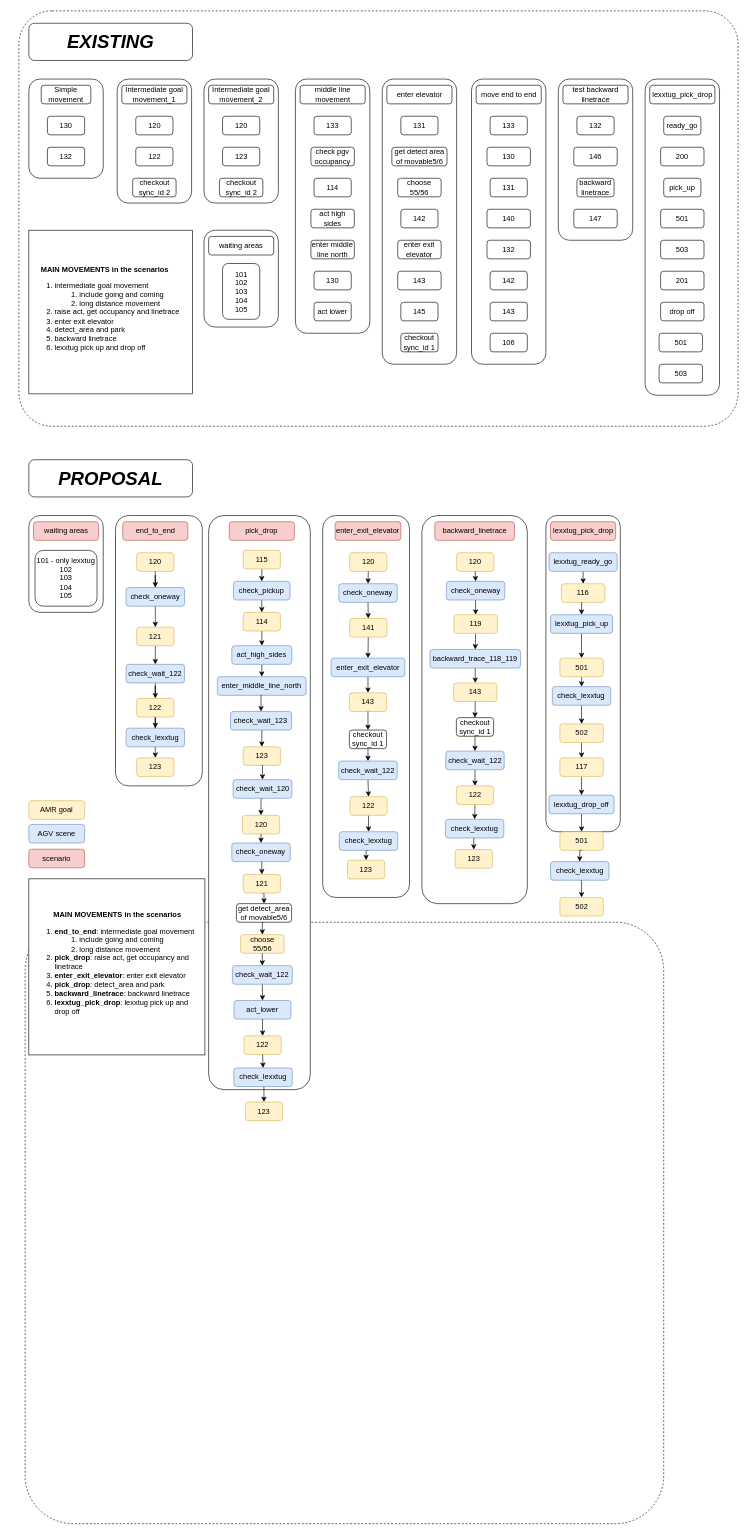
Above: 24hrtest.drawio in sdswoops824/myrepo (draw.io), before the change. Source tidied: cells renumbered, new cells numbered last; positions are measured from the earlier drawing's top-left corner, leaving out a move shared by most shapes. Both pictures are drawn from the tidied source at 62%, with x=0, y=0 at pixel (19, 11).
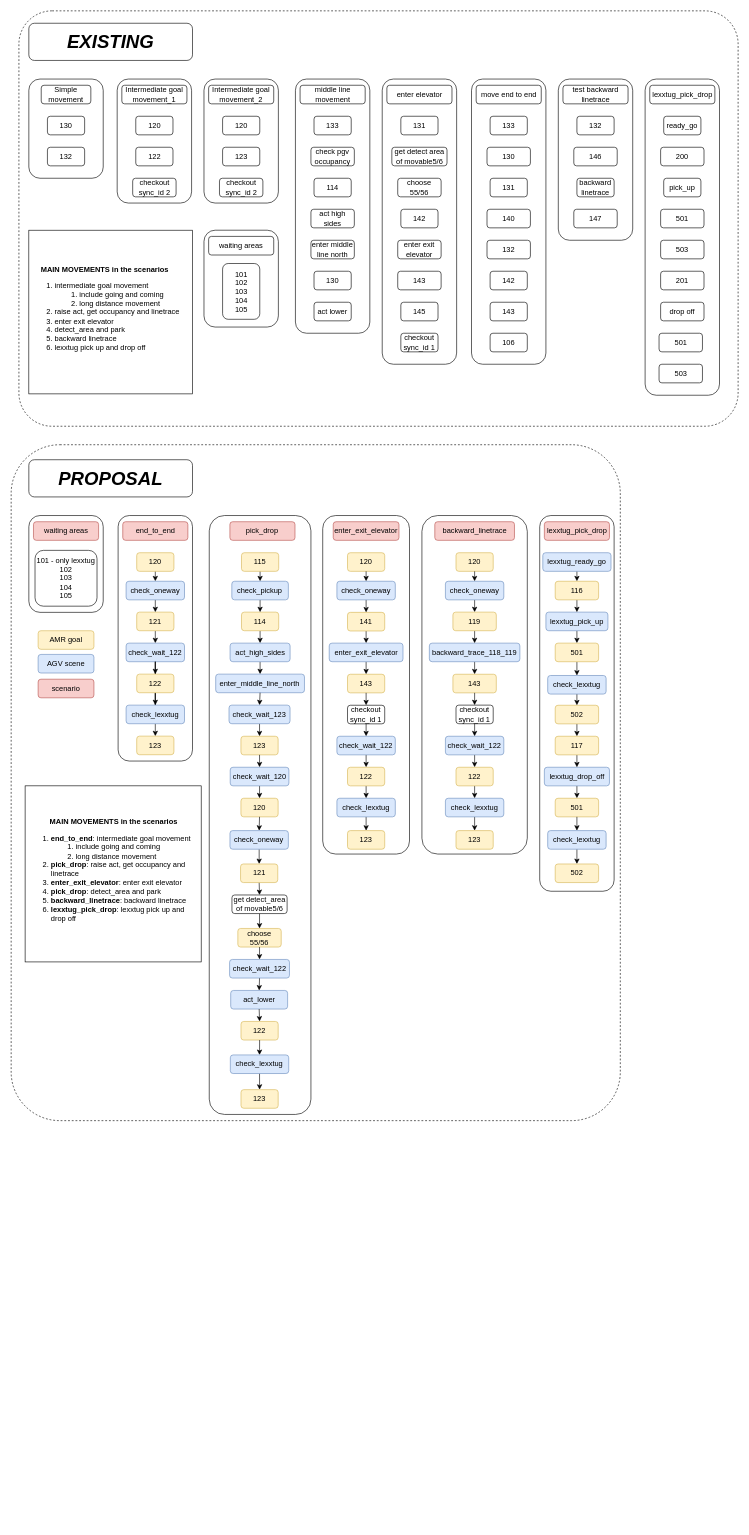
After the change.

The change refers to these unchanged cells:
```xml
<mxCell id="65" value="120" style="rounded=1;whiteSpace=wrap;html=1;fillColor=#fff2cc;strokeColor=#d6b656;" parent="1" vertex="1">
  <mxGeometry x="190" y="874" width="60" height="30" as="geometry" />
</mxCell>
```

What changed in the source:
```diff
@@
     <mxCell id="2" style="rounded=1;whiteSpace=wrap;html=1;arcSize=8;fillColor=none;dashed=1;" parent="1" vertex="1">
-      <mxGeometry x="10" y="1470" width="1030" height="970" as="geometry" />
+      <mxGeometry x="-12.5" y="699.8" width="982.5" height="1090.2" as="geometry" />
     </mxCell>
@@
     <mxCell id="63" style="rounded=1;whiteSpace=wrap;html=1;" parent="1" vertex="1">
-      <mxGeometry x="155.8" y="814" width="140" height="436" as="geometry" />
+      <mxGeometry x="160" y="814" width="120" height="396" as="geometry" />
     </mxCell>
@@
+    <mxCell id="157" style="edgeStyle=orthogonalEdgeStyle;rounded=0;jettySize=auto;html=1;exitX=0.5;exitY=1;exitDx=0;exitDy=0;entryX=0.5;entryY=0;entryDx=0;entryDy=0;" parent="1" edge="1" source="65" target="159">
+      <mxGeometry relative="1" as="geometry" />
+    </mxCell>
@@
     <mxCell id="67" value="123" style="rounded=1;whiteSpace=wrap;html=1;fillColor=#fff2cc;strokeColor=#d6b656;" parent="1" vertex="1">
-      <mxGeometry x="190" y="1204.8" width="60" height="30" as="geometry" />
+      <mxGeometry x="190" y="1169.8" width="60" height="30" as="geometry" />
     </mxCell>
     <mxCell id="68" style="rounded=1;whiteSpace=wrap;html=1;" parent="1" vertex="1">
-      <mxGeometry x="306" y="814" width="164" height="926" as="geometry" />
+      <mxGeometry x="307" y="814" width="164" height="966" as="geometry" />
     </mxCell>
@@
     <mxCell id="70" value="115" style="rounded=1;whiteSpace=wrap;html=1;fillColor=#fff2cc;strokeColor=#d6b656;" parent="1" vertex="1">
-      <mxGeometry x="361.8" y="870" width="60" height="30" as="geometry" />
+      <mxGeometry x="359" y="874" width="60" height="30" as="geometry" />
     </mxCell>
     <mxCell id="71" value="pick_drop" style="rounded=1;whiteSpace=wrap;html=1;fillColor=#f8cecc;strokeColor=#b85450;" parent="1" vertex="1">
-      <mxGeometry x="339.3" y="824" width="105" height="30" as="geometry" />
+      <mxGeometry x="340.3" y="824" width="105" height="30" as="geometry" />
     </mxCell>
@@
     <mxCell id="73" value="114" style="rounded=1;whiteSpace=wrap;html=1;fillColor=#fff2cc;strokeColor=#d6b656;" parent="1" vertex="1">
-      <mxGeometry x="361.8" y="970.2" width="60" height="30" as="geometry" />
+      <mxGeometry x="359" y="969.8" width="60" height="30" as="geometry" />
     </mxCell>
@@
     <mxCell id="75" value="check_pickup" style="rounded=1;whiteSpace=wrap;html=1;fillColor=#dae8fc;strokeColor=#6c8ebf;" parent="1" vertex="1">
-      <mxGeometry x="346.1" y="920.2" width="91.2" height="30" as="geometry" />
+      <mxGeometry x="343.4" y="920" width="91.2" height="30" as="geometry" />
     </mxCell>
@@
     <mxCell id="77" value="act_high_sides" style="rounded=1;whiteSpace=wrap;html=1;fillColor=#dae8fc;strokeColor=#6c8ebf;" parent="1" vertex="1">
-      <mxGeometry x="343.4" y="1024" width="96.8" height="30" as="geometry" />
+      <mxGeometry x="340.6" y="1019.8" width="96.8" height="30" as="geometry" />
     </mxCell>
@@
     <mxCell id="79" value="120" style="rounded=1;whiteSpace=wrap;html=1;fillColor=#fff2cc;strokeColor=#d6b656;" parent="1" vertex="1">
-      <mxGeometry x="360.5" y="1297.5" width="60" height="30" as="geometry" />
+      <mxGeometry x="358.1" y="1270" width="60" height="30" as="geometry" />
     </mxCell>
@@
     <mxCell id="81" value="enter_middle_line_north" style="rounded=1;whiteSpace=wrap;html=1;fillColor=#dae8fc;strokeColor=#6c8ebf;" parent="1" vertex="1">
-      <mxGeometry x="320.1" y="1074" width="143.2" height="30" as="geometry" />
+      <mxGeometry x="317.4" y="1069.8" width="143.2" height="30" as="geometry" />
     </mxCell>
@@
     <mxCell id="83" value="act_lower" style="rounded=1;whiteSpace=wrap;html=1;fillColor=#dae8fc;strokeColor=#6c8ebf;" parent="1" vertex="1">
-      <mxGeometry x="347" y="1596.2" width="91.8" height="30" as="geometry" />
+      <mxGeometry x="341.6" y="1580" width="91.8" height="30" as="geometry" />
     </mxCell>
     <mxCell id="84" style="rounded=1;whiteSpace=wrap;html=1;" parent="1" vertex="1">
-      <mxGeometry x="490" y="814" width="140" height="616" as="geometry" />
+      <mxGeometry x="490" y="814" width="140" height="546" as="geometry" />
     </mxCell>
@@
     <mxCell id="86" value="120" style="rounded=1;whiteSpace=wrap;html=1;fillColor=#fff2cc;strokeColor=#d6b656;" parent="1" vertex="1">
-      <mxGeometry x="533.5" y="874" width="60" height="30" as="geometry" />
+      <mxGeometry x="530" y="874" width="60" height="30" as="geometry" />
     </mxCell>
     <mxCell id="87" value="enter_exit_elevator" style="rounded=1;whiteSpace=wrap;html=1;fillColor=#f8cecc;strokeColor=#b85450;" parent="1" vertex="1">
-      <mxGeometry x="510" y="824" width="106" height="30" as="geometry" />
+      <mxGeometry x="507" y="824" width="106" height="30" as="geometry" />
     </mxCell>
@@
     <mxCell id="89" value="141" style="rounded=1;whiteSpace=wrap;html=1;fillColor=#fff2cc;strokeColor=#d6b656;" parent="1" vertex="1">
-      <mxGeometry x="533.5" y="980" width="60" height="30" as="geometry" />
+      <mxGeometry x="530" y="970.2" width="60" height="30" as="geometry" />
     </mxCell>
@@
     <mxCell id="92" value="143" style="rounded=1;whiteSpace=wrap;html=1;fillColor=#fff2cc;strokeColor=#d6b656;" parent="1" vertex="1">
-      <mxGeometry x="533" y="1100" width="60" height="30" as="geometry" />
+      <mxGeometry x="530" y="1070" width="60" height="30" as="geometry" />
     </mxCell>
@@
     <mxCell id="94" value="choose 55/56" style="rounded=1;whiteSpace=wrap;html=1;fillColor=#fff2cc;strokeColor=#d6b656;" parent="1" vertex="1">
-      <mxGeometry x="357.6" y="1490" width="70" height="30" as="geometry" />
+      <mxGeometry x="353.1" y="1480" width="70" height="30" as="geometry" />
     </mxCell>
     <mxCell id="95" style="rounded=1;whiteSpace=wrap;html=1;" parent="1" vertex="1">
-      <mxGeometry x="650" y="814" width="170" height="626" as="geometry" />
+      <mxGeometry x="650" y="814" width="170" height="546" as="geometry" />
     </mxCell>
@@
     <mxCell id="97" value="120" style="rounded=1;whiteSpace=wrap;html=1;fillColor=#fff2cc;strokeColor=#d6b656;" parent="1" vertex="1">
-      <mxGeometry x="706" y="874" width="60" height="30" as="geometry" />
+      <mxGeometry x="705" y="874" width="60" height="30" as="geometry" />
     </mxCell>
@@
     <mxCell id="100" value="backward_trace_118_119" style="rounded=1;whiteSpace=wrap;html=1;fillColor=#dae8fc;strokeColor=#6c8ebf;" parent="1" vertex="1">
-      <mxGeometry x="663" y="1030" width="146" height="30" as="geometry" />
+      <mxGeometry x="662" y="1019.8" width="146" height="30" as="geometry" />
     </mxCell>
@@
     <mxCell id="102" value="119" style="rounded=1;whiteSpace=wrap;html=1;fillColor=#fff2cc;strokeColor=#d6b656;" parent="1" vertex="1">
-      <mxGeometry x="701.6" y="974" width="70" height="30" as="geometry" />
+      <mxGeometry x="700" y="969.8" width="70" height="30" as="geometry" />
     </mxCell>
     <mxCell id="103" value="143" style="rounded=1;whiteSpace=wrap;html=1;fillColor=#fff2cc;strokeColor=#d6b656;" parent="1" vertex="1">
-      <mxGeometry x="701" y="1084" width="70" height="30" as="geometry" />
+      <mxGeometry x="700" y="1070" width="70" height="30" as="geometry" />
     </mxCell>
     <mxCell id="104" style="rounded=1;whiteSpace=wrap;html=1;" parent="1" vertex="1">
-      <mxGeometry x="850" y="814" width="120" height="510" as="geometry" />
+      <mxGeometry x="840" y="814" width="120" height="606" as="geometry" />
     </mxCell>
@@
     <mxCell id="106" value="lexxtug_ready_go" style="rounded=1;whiteSpace=wrap;html=1;fillColor=#dae8fc;strokeColor=#6c8ebf;" parent="1" vertex="1">
-      <mxGeometry x="855" y="874" width="110" height="30" as="geometry" />
+      <mxGeometry x="845" y="874" width="110" height="30" as="geometry" />
     </mxCell>
     <mxCell id="107" value="lexxtug_pick_drop" style="rounded=1;whiteSpace=wrap;html=1;fillColor=#f8cecc;strokeColor=#b85450;" parent="1" vertex="1">
-      <mxGeometry x="857.5" y="824" width="105" height="30" as="geometry" />
+      <mxGeometry x="847.5" y="824" width="105" height="30" as="geometry" />
     </mxCell>
@@
     <mxCell id="109" value="lexxtug_pick_up" style="rounded=1;whiteSpace=wrap;html=1;fillColor=#dae8fc;strokeColor=#6c8ebf;" parent="1" vertex="1">
-      <mxGeometry x="857.5" y="974" width="100" height="30" as="geometry" />
+      <mxGeometry x="850" y="969.8" width="100" height="30" as="geometry" />
     </mxCell>
@@
     <mxCell id="111" value="116" style="rounded=1;whiteSpace=wrap;html=1;fillColor=#fff2cc;strokeColor=#d6b656;" parent="1" vertex="1">
-      <mxGeometry x="875" y="924" width="70" height="30" as="geometry" />
+      <mxGeometry x="865" y="920" width="70" height="30" as="geometry" />
     </mxCell>
@@
     <mxCell id="113" value="501" style="rounded=1;whiteSpace=wrap;html=1;fillColor=#fff2cc;strokeColor=#d6b656;" parent="1" vertex="1">
-      <mxGeometry x="872.5" y="1044" width="70" height="30" as="geometry" />
+      <mxGeometry x="865" y="1019.8" width="70" height="30" as="geometry" />
     </mxCell>
@@
     <mxCell id="115" value="502" style="rounded=1;whiteSpace=wrap;html=1;fillColor=#fff2cc;strokeColor=#d6b656;" parent="1" vertex="1">
-      <mxGeometry x="872.5" y="1150" width="70" height="30" as="geometry" />
+      <mxGeometry x="865" y="1120" width="70" height="30" as="geometry" />
     </mxCell>
@@
     <mxCell id="117" value="lexxtug_drop_off" style="rounded=1;whiteSpace=wrap;html=1;fillColor=#dae8fc;strokeColor=#6c8ebf;" parent="1" vertex="1">
-      <mxGeometry x="855" y="1265" width="105" height="30" as="geometry" />
+      <mxGeometry x="847.5" y="1220" width="105" height="30" as="geometry" />
     </mxCell>
@@
     <mxCell id="119" value="501" style="rounded=1;whiteSpace=wrap;html=1;fillColor=#fff2cc;strokeColor=#d6b656;" parent="1" vertex="1">
-      <mxGeometry x="872.5" y="1324" width="70" height="30" as="geometry" />
+      <mxGeometry x="865" y="1270" width="70" height="30" as="geometry" />
     </mxCell>
@@
     <mxCell id="121" value="117" style="rounded=1;whiteSpace=wrap;html=1;fillColor=#fff2cc;strokeColor=#d6b656;" parent="1" vertex="1">
-      <mxGeometry x="872.5" y="1204.8" width="70" height="30" as="geometry" />
+      <mxGeometry x="865" y="1170" width="70" height="30" as="geometry" />
     </mxCell>
     <mxCell id="122" value="502" style="rounded=1;whiteSpace=wrap;html=1;fillColor=#fff2cc;strokeColor=#d6b656;" parent="1" vertex="1">
-      <mxGeometry x="872.5" y="1430" width="70" height="30" as="geometry" />
+      <mxGeometry x="865" y="1376" width="70" height="30" as="geometry" />
     </mxCell>
     <mxCell id="123" value="&lt;div style=&quot;text-align: center;&quot;&gt;&lt;b&gt;MAIN MOVEMENTS in the scenarios&lt;/b&gt;&lt;/div&gt;&lt;ol&gt;&lt;li&gt;&lt;b&gt;end_to_end&lt;/b&gt;: intermediate goal movement&lt;/li&gt;&lt;ol&gt;&lt;li&gt;include going and coming&lt;/li&gt;&lt;li&gt;long distance movement&lt;/li&gt;&lt;/ol&gt;&lt;li&gt;&lt;b&gt;pick_drop&lt;/b&gt;: raise act, get occupancy and linetrace&lt;/li&gt;&lt;li&gt;&lt;b&gt;enter_exit_elevator&lt;/b&gt;: enter exit elevator&lt;/li&gt;&lt;li&gt;&lt;b&gt;pick_drop&lt;/b&gt;: detect_area and park&lt;/li&gt;&lt;li&gt;&lt;b&gt;backward_linetrace&lt;/b&gt;: backward linetrace&lt;/li&gt;&lt;li&gt;&lt;b&gt;lexxtug_pick_drop&lt;/b&gt;: lexxtug pick up and drop off&lt;/li&gt;&lt;/ol&gt;" style="whiteSpace=wrap;html=1;align=left;" parent="1" vertex="1">
-      <mxGeometry x="16" y="1400" width="284" height="284" as="geometry" />
+      <mxGeometry x="10" y="1250" width="284" height="284" as="geometry" />
     </mxCell>
@@
     <mxCell id="133" value="get detect_area of movable5/6" style="rounded=1;whiteSpace=wrap;html=1;" parent="1" vertex="1">
-      <mxGeometry x="350.8" y="1440" width="89" height="30" as="geometry" />
+      <mxGeometry x="343.6" y="1426" width="89" height="30" as="geometry" />
     </mxCell>
@@
     <mxCell id="136" value="123" style="rounded=1;whiteSpace=wrap;html=1;fillColor=#fff2cc;strokeColor=#d6b656;" parent="1" vertex="1">
-      <mxGeometry x="365.2" y="1760" width="60" height="30" as="geometry" />
+      <mxGeometry x="358.2" y="1740" width="60" height="30" as="geometry" />
     </mxCell>
@@
     <mxCell id="138" value="121" style="rounded=1;whiteSpace=wrap;html=1;fillColor=#fff2cc;strokeColor=#d6b656;" parent="1" vertex="1">
-      <mxGeometry x="361.8" y="1392.8" width="60" height="30" as="geometry" />
+      <mxGeometry x="357.5" y="1376" width="60" height="30" as="geometry" />
     </mxCell>
     <mxCell id="139" value="123" style="rounded=1;whiteSpace=wrap;html=1;fillColor=#fff2cc;strokeColor=#d6b656;" parent="1" vertex="1">
-      <mxGeometry x="530" y="1370" width="60" height="30" as="geometry" />
+      <mxGeometry x="530" y="1322.2" width="60" height="30" as="geometry" />
     </mxCell>
     <mxCell id="140" value="AMR goal" style="rounded=1;whiteSpace=wrap;html=1;fillColor=#fff2cc;strokeColor=#d6b656;" parent="1" vertex="1">
-      <mxGeometry x="16" y="1274" width="90" height="30" as="geometry" />
+      <mxGeometry x="31" y="999.8" width="90" height="30" as="geometry" />
     </mxCell>
     <mxCell id="141" value="AGV scene" style="rounded=1;whiteSpace=wrap;html=1;fillColor=#dae8fc;strokeColor=#6c8ebf;" parent="1" vertex="1">
-      <mxGeometry x="16" y="1312.2" width="90" height="30" as="geometry" />
+      <mxGeometry x="31" y="1038" width="90" height="30" as="geometry" />
     </mxCell>
     <mxCell id="142" value="scenario" style="rounded=1;whiteSpace=wrap;html=1;fillColor=#f8cecc;strokeColor=#b85450;" parent="1" vertex="1">
-      <mxGeometry x="16" y="1352.2" width="90" height="30" as="geometry" />
+      <mxGeometry x="31" y="1078" width="90" height="30" as="geometry" />
     </mxCell>
     <mxCell id="143" value="enter_exit_elevator" style="rounded=1;whiteSpace=wrap;html=1;fillColor=#dae8fc;strokeColor=#6c8ebf;" parent="1" vertex="1">
-      <mxGeometry x="503.5" y="1044" width="119" height="30" as="geometry" />
+      <mxGeometry x="500.5" y="1019.8" width="119" height="30" as="geometry" />
     </mxCell>
@@
     <mxCell id="145" value="check_lexxtug" style="rounded=1;whiteSpace=wrap;html=1;fillColor=#dae8fc;strokeColor=#6c8ebf;" parent="1" vertex="1">
-      <mxGeometry x="172.9" y="1157" width="94.2" height="30" as="geometry" />
+      <mxGeometry x="172.9" y="1119.8" width="94.2" height="30" as="geometry" />
     </mxCell>
@@
     <mxCell id="147" value="121" style="rounded=1;whiteSpace=wrap;html=1;fillColor=#fff2cc;strokeColor=#d6b656;" parent="1" vertex="1">
-      <mxGeometry x="190" y="994" width="60" height="30" as="geometry" />
+      <mxGeometry x="190" y="969.8" width="60" height="30" as="geometry" />
     </mxCell>
     <mxCell id="148" value="check_wait_122" style="rounded=1;whiteSpace=wrap;html=1;fillColor=#dae8fc;strokeColor=#6c8ebf;" parent="1" vertex="1">
-      <mxGeometry x="172.9" y="1054" width="94.2" height="30" as="geometry" />
+      <mxGeometry x="172.9" y="1019.8" width="94.2" height="30" as="geometry" />
     </mxCell>
@@
     <mxCell id="150" value="122" style="rounded=1;whiteSpace=wrap;html=1;fillColor=#fff2cc;strokeColor=#d6b656;" parent="1" vertex="1">
-      <mxGeometry x="190" y="1109" width="60" height="30" as="geometry" />
+      <mxGeometry x="190" y="1069.8" width="60" height="30" as="geometry" />
     </mxCell>
@@
     <mxCell id="152" value="check_wait_122" style="rounded=1;whiteSpace=wrap;html=1;fillColor=#dae8fc;strokeColor=#6c8ebf;" parent="1" vertex="1">
-      <mxGeometry x="344.3" y="1540" width="96.6" height="30" as="geometry" />
+      <mxGeometry x="339.8" y="1530" width="96.6" height="30" as="geometry" />
     </mxCell>
@@
     <mxCell id="154" value="122" style="rounded=1;whiteSpace=wrap;html=1;fillColor=#fff2cc;strokeColor=#d6b656;" parent="1" vertex="1">
-      <mxGeometry x="363" y="1653.2" width="60" height="30" as="geometry" />
+      <mxGeometry x="358.2" y="1630" width="60" height="30" as="geometry" />
     </mxCell>
@@
     <mxCell id="156" value="check_lexxtug" style="rounded=1;whiteSpace=wrap;html=1;fillColor=#dae8fc;strokeColor=#6c8ebf;" parent="1" vertex="1">
-      <mxGeometry x="346.7" y="1705" width="94.2" height="30" as="geometry" />
+      <mxGeometry x="341" y="1684" width="94.2" height="30" as="geometry" />
     </mxCell>
-    <mxCell id="157" style="edgeStyle=orthogonalEdgeStyle;rounded=0;jettySize=auto;html=1;exitX=0.5;exitY=1;exitDx=0;exitDy=0;" parent="1" edge="1" source="65" target="159">
-      <mxGeometry relative="1" as="geometry" />
-    </mxCell>
@@
     <mxCell id="159" value="check_oneway" style="rounded=1;whiteSpace=wrap;html=1;fillColor=#dae8fc;strokeColor=#6c8ebf;" parent="1" vertex="1">
-      <mxGeometry x="172.9" y="930.2" width="94.2" height="30" as="geometry" />
+      <mxGeometry x="172.9" y="920" width="94.2" height="30" as="geometry" />
     </mxCell>
@@
     <mxCell id="161" value="check_oneway" style="rounded=1;whiteSpace=wrap;html=1;fillColor=#dae8fc;strokeColor=#6c8ebf;" parent="1" vertex="1">
-      <mxGeometry x="343.4" y="1342.2" width="94.2" height="30" as="geometry" />
+      <mxGeometry x="340.4" y="1322.2" width="94.2" height="30" as="geometry" />
     </mxCell>
@@
     <mxCell id="163" value="check_oneway" style="rounded=1;whiteSpace=wrap;html=1;fillColor=#dae8fc;strokeColor=#6c8ebf;" parent="1" vertex="1">
-      <mxGeometry x="516" y="924" width="94.2" height="30" as="geometry" />
+      <mxGeometry x="512.9" y="920" width="94.2" height="30" as="geometry" />
     </mxCell>
@@
     <mxCell id="165" value="check_wait_122" style="rounded=1;whiteSpace=wrap;html=1;fillColor=#dae8fc;strokeColor=#6c8ebf;" parent="1" vertex="1">
-      <mxGeometry x="515.9" y="1210" width="94.2" height="30" as="geometry" />
+      <mxGeometry x="512.9" y="1170" width="94.2" height="30" as="geometry" />
     </mxCell>
@@
     <mxCell id="167" value="122" style="rounded=1;whiteSpace=wrap;html=1;fillColor=#fff2cc;strokeColor=#d6b656;" parent="1" vertex="1">
-      <mxGeometry x="533.9" y="1267.5" width="60" height="30" as="geometry" />
+      <mxGeometry x="530" y="1220" width="60" height="30" as="geometry" />
     </mxCell>
@@
     <mxCell id="169" value="check_lexxtug" style="rounded=1;whiteSpace=wrap;html=1;fillColor=#dae8fc;strokeColor=#6c8ebf;" parent="1" vertex="1">
-      <mxGeometry x="516.8" y="1324" width="94.2" height="30" as="geometry" />
+      <mxGeometry x="512.9" y="1270" width="94.2" height="30" as="geometry" />
     </mxCell>
@@
     <mxCell id="171" value="checkout&lt;div&gt;sync_id 1&lt;/div&gt;" style="rounded=1;whiteSpace=wrap;html=1;" parent="1" vertex="1">
-      <mxGeometry x="533" y="1160" width="60" height="30" as="geometry" />
+      <mxGeometry x="530" y="1120" width="60" height="30" as="geometry" />
     </mxCell>
@@
     <mxCell id="173" value="check_oneway" style="rounded=1;whiteSpace=wrap;html=1;fillColor=#dae8fc;strokeColor=#6c8ebf;" parent="1" vertex="1">
-      <mxGeometry x="689.5" y="920.2" width="94.2" height="30" as="geometry" />
+      <mxGeometry x="687.9" y="920" width="94.2" height="30" as="geometry" />
     </mxCell>
@@
     <mxCell id="176" value="123" style="rounded=1;whiteSpace=wrap;html=1;fillColor=#fff2cc;strokeColor=#d6b656;" parent="1" vertex="1">
-      <mxGeometry x="703.6" y="1352.8" width="60" height="30" as="geometry" />
+      <mxGeometry x="705" y="1322.2" width="60" height="30" as="geometry" />
     </mxCell>
@@
     <mxCell id="178" value="check_wait_122" style="rounded=1;whiteSpace=wrap;html=1;fillColor=#dae8fc;strokeColor=#6c8ebf;" parent="1" vertex="1">
-      <mxGeometry x="688.5" y="1194" width="94.2" height="30" as="geometry" />
+      <mxGeometry x="687.9" y="1170" width="94.2" height="30" as="geometry" />
     </mxCell>
@@
     <mxCell id="180" value="122" style="rounded=1;whiteSpace=wrap;html=1;fillColor=#fff2cc;strokeColor=#d6b656;" parent="1" vertex="1">
-      <mxGeometry x="705.6" y="1250" width="60" height="30" as="geometry" />
+      <mxGeometry x="705" y="1220" width="60" height="30" as="geometry" />
     </mxCell>
@@
     <mxCell id="182" value="check_lexxtug" style="rounded=1;whiteSpace=wrap;html=1;fillColor=#dae8fc;strokeColor=#6c8ebf;" parent="1" vertex="1">
-      <mxGeometry x="687.9" y="1304" width="94.2" height="30" as="geometry" />
+      <mxGeometry x="687.9" y="1270" width="94.2" height="30" as="geometry" />
     </mxCell>
     <mxCell id="183" value="checkout&lt;div&gt;sync_id 1&lt;/div&gt;" style="rounded=1;whiteSpace=wrap;html=1;" parent="1" vertex="1">
-      <mxGeometry x="705.6" y="1140" width="60" height="30" as="geometry" />
+      <mxGeometry x="705" y="1119.8" width="60" height="30" as="geometry" />
     </mxCell>
@@
     <mxCell id="185" value="123" style="rounded=1;whiteSpace=wrap;html=1;fillColor=#fff2cc;strokeColor=#d6b656;" parent="1" vertex="1">
-      <mxGeometry x="361.8" y="1187" width="60" height="30" as="geometry" />
+      <mxGeometry x="358.1" y="1170" width="60" height="30" as="geometry" />
     </mxCell>
@@
     <mxCell id="187" value="check_wait_123" style="rounded=1;whiteSpace=wrap;html=1;fillColor=#dae8fc;strokeColor=#6c8ebf;" parent="1" vertex="1">
-      <mxGeometry x="341.3" y="1130" width="98.4" height="30" as="geometry" />
+      <mxGeometry x="338.9" y="1119.8" width="98.4" height="30" as="geometry" />
     </mxCell>
@@
     <mxCell id="189" value="check_wait_120" style="rounded=1;whiteSpace=wrap;html=1;fillColor=#dae8fc;strokeColor=#6c8ebf;" parent="1" vertex="1">
-      <mxGeometry x="345.5" y="1240" width="94.7" height="30" as="geometry" />
+      <mxGeometry x="340.8" y="1220" width="94.7" height="30" as="geometry" />
     </mxCell>
@@
     <mxCell id="191" value="check_lexxtug" style="rounded=1;whiteSpace=wrap;html=1;fillColor=#dae8fc;strokeColor=#6c8ebf;" parent="1" vertex="1">
-      <mxGeometry x="860.4" y="1090" width="94.2" height="30" as="geometry" />
+      <mxGeometry x="852.9" y="1072" width="94.2" height="30" as="geometry" />
     </mxCell>
@@
     <mxCell id="193" value="check_lexxtug" style="rounded=1;whiteSpace=wrap;html=1;fillColor=#dae8fc;strokeColor=#6c8ebf;" parent="1" vertex="1">
-      <mxGeometry x="857.5" y="1372.2" width="94.2" height="30" as="geometry" />
+      <mxGeometry x="852.9" y="1322.2" width="94.2" height="30" as="geometry" />
     </mxCell>
```
